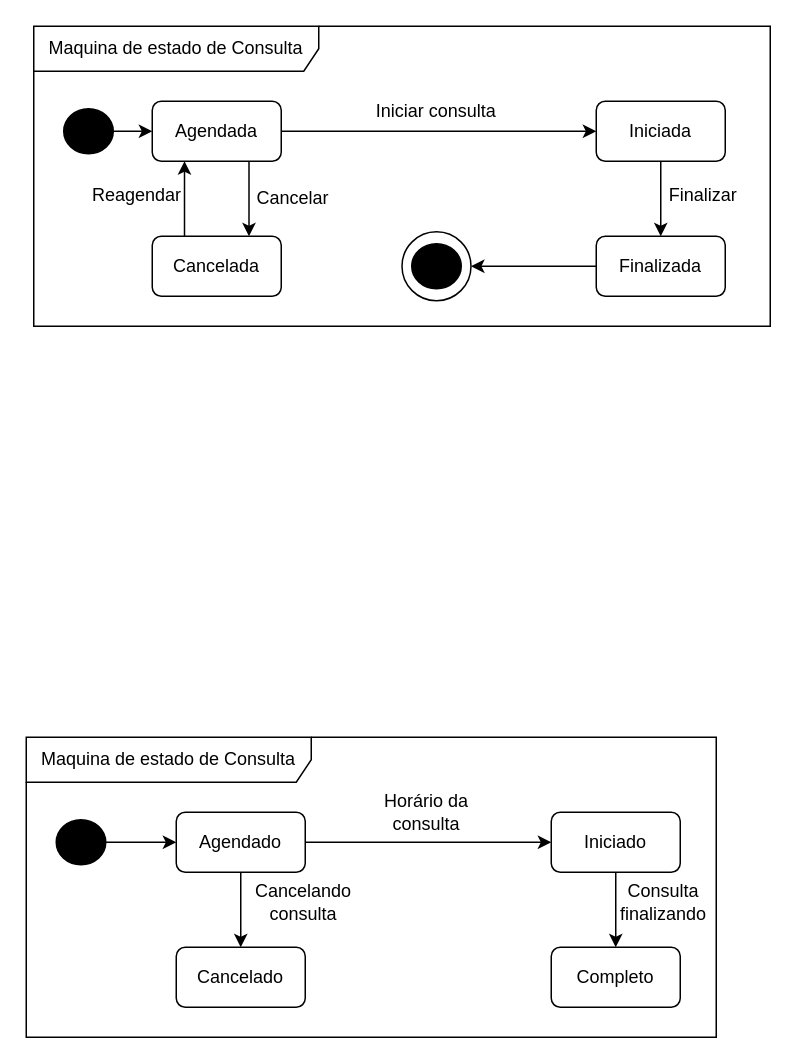
Above: maquina-de-estado.drawio in brenojsilva/diagramas-es-1 (draw.io), before the change. Source tidied: cells renumbered, new cells numbered last; positions are measured from the earlier drawing's top-left corner, leaving out a move shared by most shapes. Both pictures are drawn from the tidied source at 150%, with x=0, y=0 at pixel (26, 26).
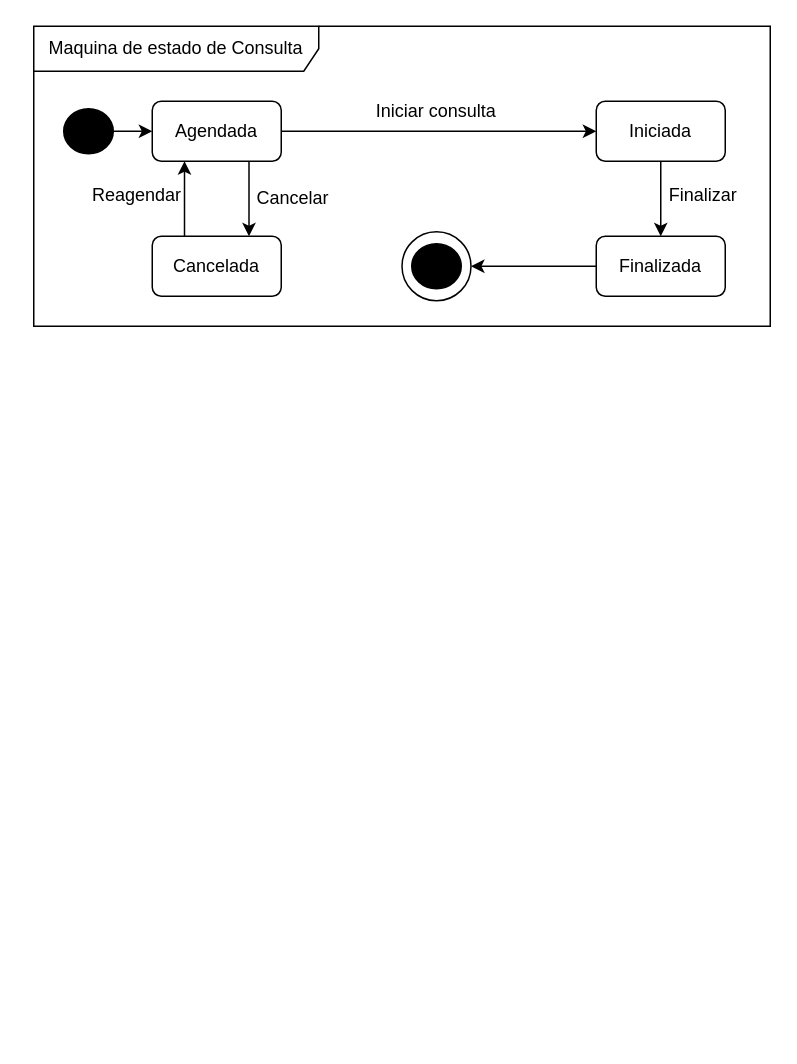
The same page after the edit.

Diff of the diagram source:
```diff
@@
-    <mxCell id="2" value="Maquina de estado de Consulta" style="shape=umlFrame;whiteSpace=wrap;html=1;width=190;height=30;" parent="1" vertex="1">
-      <mxGeometry y="474" width="460" height="200" as="geometry" />
-    </mxCell>
-    <mxCell id="3" style="edgeStyle=orthogonalEdgeStyle;rounded=0;jettySize=auto;html=1;" parent="1" edge="1" source="5" target="7">
-      <mxGeometry relative="1" as="geometry" />
-    </mxCell>
-    <mxCell id="4" style="edgeStyle=orthogonalEdgeStyle;rounded=0;jettySize=auto;html=1;entryX=0.5;entryY=0;entryDx=0;entryDy=0;" parent="1" edge="1" source="5" target="9">
-      <mxGeometry relative="1" as="geometry" />
-    </mxCell>
-    <mxCell id="5" value="Agendado" style="rounded=1;whiteSpace=wrap;html=1;" parent="1" vertex="1">
-      <mxGeometry x="100" y="524" width="86" height="40" as="geometry" />
-    </mxCell>
-    <mxCell id="6" style="edgeStyle=orthogonalEdgeStyle;rounded=0;jettySize=auto;html=1;" parent="1" edge="1" source="7" target="8">
-      <mxGeometry relative="1" as="geometry" />
-    </mxCell>
-    <mxCell id="7" value="Iniciado" style="rounded=1;whiteSpace=wrap;html=1;" parent="1" vertex="1">
-      <mxGeometry x="350" y="524" width="86" height="40" as="geometry" />
-    </mxCell>
-    <mxCell id="8" value="Completo" style="rounded=1;whiteSpace=wrap;html=1;" parent="1" vertex="1">
-      <mxGeometry x="350" y="614" width="86" height="40" as="geometry" />
-    </mxCell>
-    <mxCell id="9" value="Cancelado" style="rounded=1;whiteSpace=wrap;html=1;" parent="1" vertex="1">
-      <mxGeometry x="100" y="614" width="86" height="40" as="geometry" />
-    </mxCell>
-    <mxCell id="10" style="edgeStyle=orthogonalEdgeStyle;rounded=0;jettySize=auto;html=1;entryX=0;entryY=0.5;entryDx=0;entryDy=0;" parent="1" edge="1" source="11" target="5">
-      <mxGeometry relative="1" as="geometry" />
-    </mxCell>
-    <mxCell id="11" style="ellipse;whiteSpace=wrap;html=1;rounded=1;fillColor=#000000;" parent="1" vertex="1">
-      <mxGeometry x="20" y="529" width="33" height="30" as="geometry" />
-    </mxCell>
-    <mxCell id="12" value="Cancelando consulta" style="text;html=1;strokeColor=none;fillColor=none;align=center;verticalAlign=middle;whiteSpace=wrap;rounded=0;" parent="1" vertex="1">
-      <mxGeometry x="140" y="574" width="90" height="20" as="geometry" />
-    </mxCell>
-    <mxCell id="13" value="Horário da consulta" style="text;html=1;strokeColor=none;fillColor=none;align=center;verticalAlign=middle;whiteSpace=wrap;rounded=0;" parent="1" vertex="1">
-      <mxGeometry x="221.5" y="514" width="90" height="20" as="geometry" />
-    </mxCell>
-    <mxCell id="14" value="Consulta finalizando" style="text;html=1;strokeColor=none;fillColor=none;align=center;verticalAlign=middle;whiteSpace=wrap;rounded=0;" parent="1" vertex="1">
-      <mxGeometry x="380" y="574" width="90" height="20" as="geometry" />
-    </mxCell>
```
